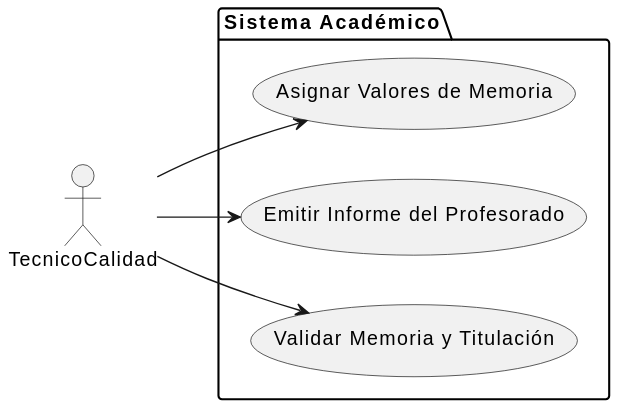
Before: images/modelosUML/CdU/EstructurarCasosDeUso/TecnicoCalidad.svg, a diagram exported from PlantUML (mmasias/24-25-IdSw1-SDR).
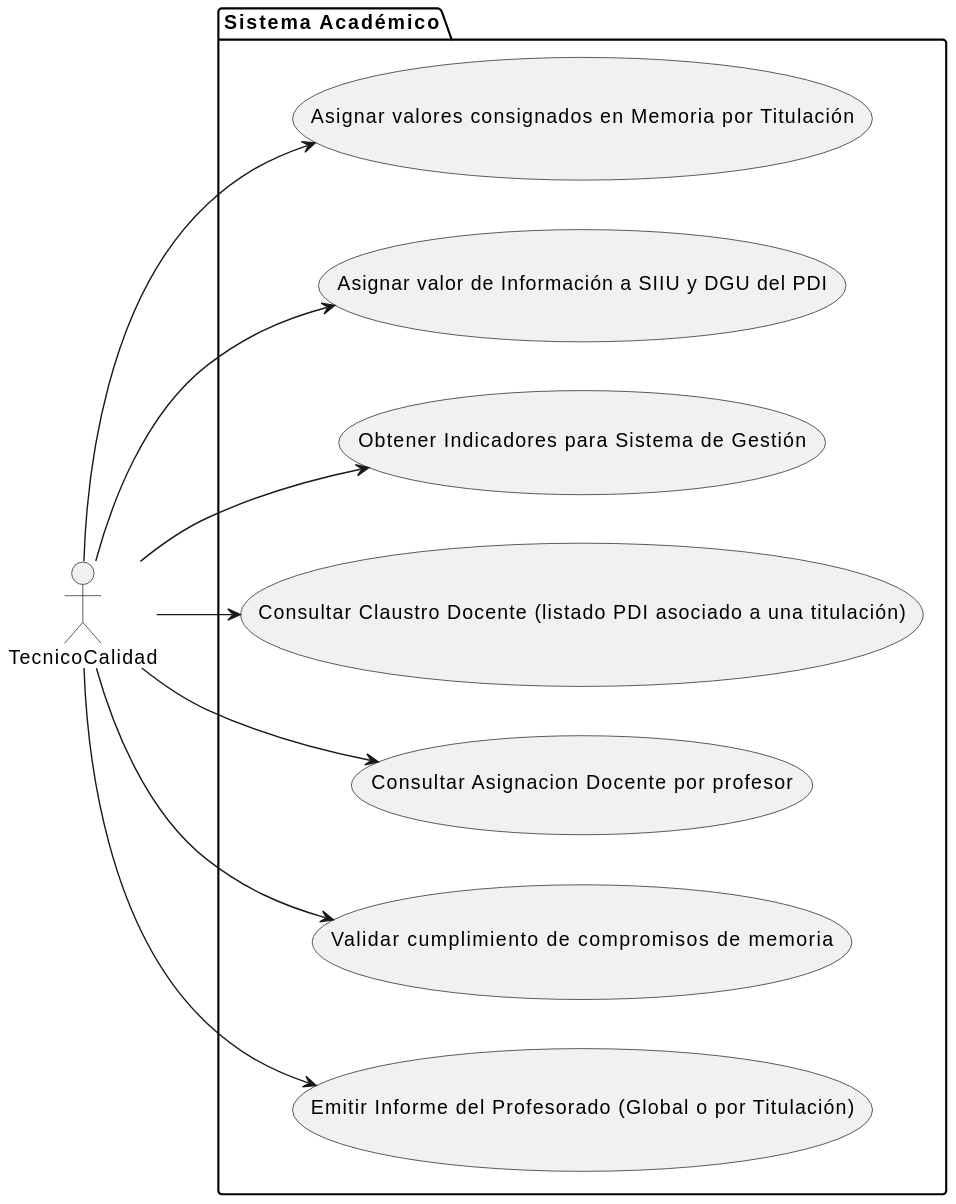
The same diagram one commit later.

Diff of the diagram source:
```diff
@@ -1,12 +1,20 @@
 @startuml
 left to right direction
-actor TecnicoCalidad as Tecnico
+actor TecnicoCalidad
 package "Sistema Académico" {
-    usecase "Asignar Valores de Memoria" as AsignarMemoria
-    usecase "Emitir Informe del Profesorado" as EmitirInforme
-    usecase "Validar Memoria y Titulación" as ValidarMemoria
+    usecase "Asignar valores consignados en Memoria por Titulación" as AsignarMemoria
+    usecase "Asignar valor de Información a SIIU y DGU del PDI" as AsignarInformacion
+    usecase "Obtener Indicadores para Sistema de Gestión" as ObtenerIndicadores
+    usecase "Consultar Claustro Docente (listado PDI asociado a una titulación)" as ConsultarClaustro
+    usecase "Consultar Asignacion Docente por profesor" as ConsultarAsignacion
+    usecase "Validar cumplimiento de compromisos de memoria" as ValidarCumplimiento
+    usecase "Emitir Informe del Profesorado (Global o por Titulación)" as EmitirInforme
 }
-Tecnico --> AsignarMemoria
-Tecnico --> EmitirInforme
-Tecnico --> ValidarMemoria
+TecnicoCalidad --> AsignarMemoria
+TecnicoCalidad --> AsignarInformacion
+TecnicoCalidad --> ObtenerIndicadores
+TecnicoCalidad --> EmitirInforme
+TecnicoCalidad --> ConsultarClaustro
+TecnicoCalidad --> ConsultarAsignacion
+TecnicoCalidad --> ValidarCumplimiento
 @enduml
```
